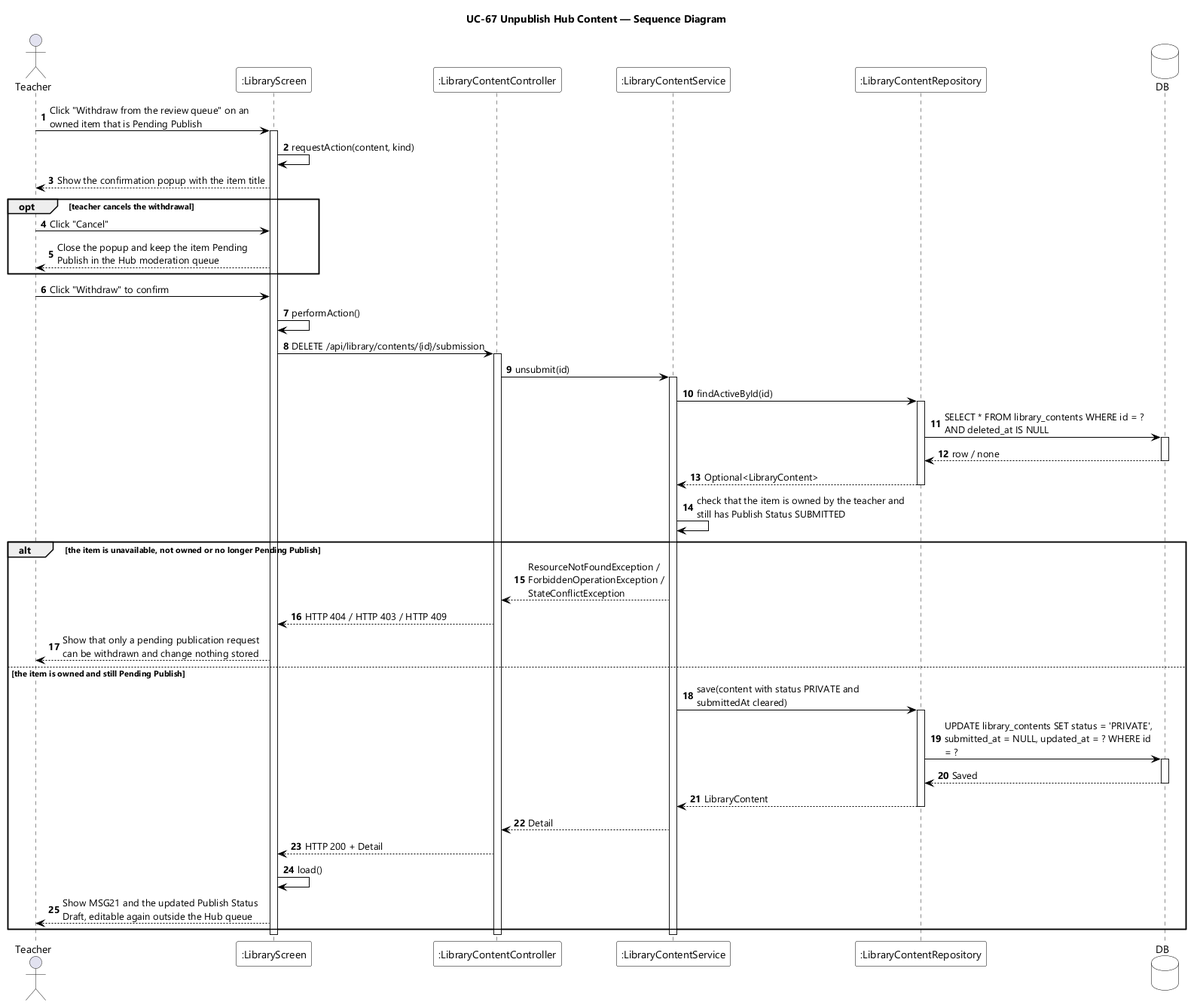
Before: designs/sds-diagrams/uc67/uc67-sequence-diagram.png, a diagram exported from PlantUML (EduA-system/EduA-system).
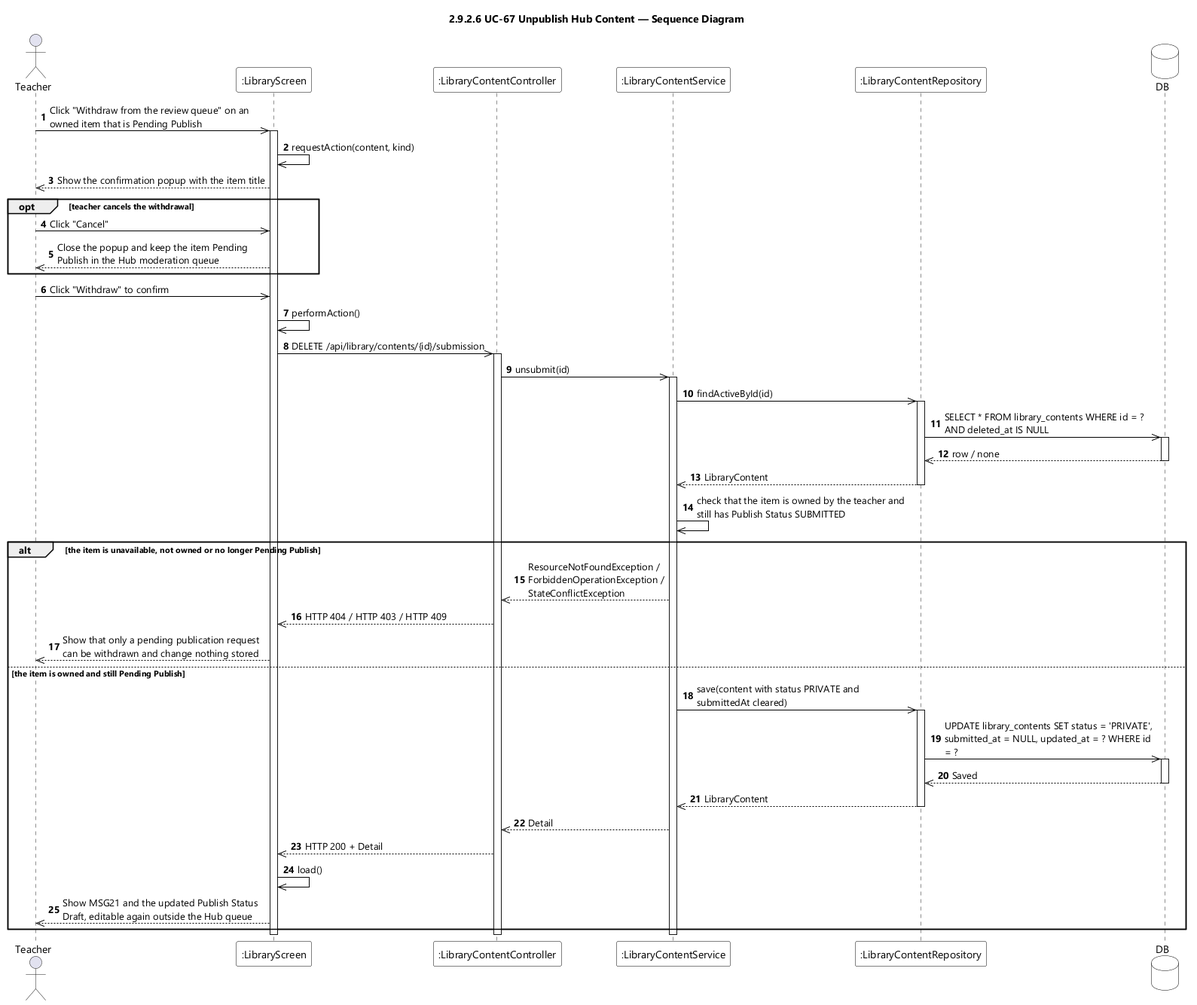
Above is the later version.

The edit, as a diff of the source:
```diff
@@ -9,7 +9,7 @@
 skinparam ArrowColor #000000
 skinparam sequenceMessageAlign left
 skinparam maxMessageSize 280
-title UC-67 Unpublish Hub Content — Sequence Diagram
+title 2.9.2.6 UC-67 Unpublish Hub Content — Sequence Diagram
 
 actor Teacher
 participant ":LibraryScreen" as UI
@@ -19,49 +19,49 @@
 database DB
 
 autonumber
-Teacher -> UI : Click "Withdraw from the review queue" on an owned item that is Pending Publish
+Teacher ->> UI : Click "Withdraw from the review queue" on an owned item that is Pending Publish
 activate UI
-UI -> UI : requestAction(content, kind)
-UI --> Teacher : Show the confirmation popup with the item title
+UI ->> UI : requestAction(content, kind)
+UI -->> Teacher : Show the confirmation popup with the item title
 
 opt teacher cancels the withdrawal
-  Teacher -> UI : Click "Cancel"
-  UI --> Teacher : Close the popup and keep the item Pending Publish in the Hub moderation queue
+  Teacher ->> UI : Click "Cancel"
+  UI -->> Teacher : Close the popup and keep the item Pending Publish in the Hub moderation queue
 end
 
-Teacher -> UI : Click "Withdraw" to confirm
-UI -> UI : performAction()
-UI -> CTL : DELETE /api/library/contents/{id}/submission
+Teacher ->> UI : Click "Withdraw" to confirm
+UI ->> UI : performAction()
+UI ->> CTL : DELETE /api/library/contents/{id}/submission
 activate CTL
-CTL -> SVC : unsubmit(id)
+CTL ->> SVC : unsubmit(id)
 activate SVC
-SVC -> CONTENTS : findActiveById(id)
+SVC ->> CONTENTS : findActiveById(id)
 activate CONTENTS
-CONTENTS -> DB : SELECT * FROM library_contents WHERE id = ? AND deleted_at IS NULL
+CONTENTS ->> DB : SELECT * FROM library_contents WHERE id = ? AND deleted_at IS NULL
 activate DB
-DB --> CONTENTS : row / none
+DB -->> CONTENTS : row / none
 deactivate DB
-CONTENTS --> SVC : Optional<LibraryContent>
+CONTENTS -->> SVC : LibraryContent
 deactivate CONTENTS
-SVC -> SVC : check that the item is owned by the teacher and still has Publish Status SUBMITTED
+SVC ->> SVC : check that the item is owned by the teacher and still has Publish Status SUBMITTED
 
 alt the item is unavailable, not owned or no longer Pending Publish
-  SVC --> CTL : ResourceNotFoundException / ForbiddenOperationException / StateConflictException
-  CTL --> UI : HTTP 404 / HTTP 403 / HTTP 409
-  UI --> Teacher : Show that only a pending publication request can be withdrawn and change nothing stored
+  SVC -->> CTL : ResourceNotFoundException / ForbiddenOperationException / StateConflictException
+  CTL -->> UI : HTTP 404 / HTTP 403 / HTTP 409
+  UI -->> Teacher : Show that only a pending publication request can be withdrawn and change nothing stored
 else the item is owned and still Pending Publish
-  SVC -> CONTENTS : save(content with status PRIVATE and submittedAt cleared)
+  SVC ->> CONTENTS : save(content with status PRIVATE and submittedAt cleared)
   activate CONTENTS
-  CONTENTS -> DB : UPDATE library_contents SET status = 'PRIVATE', submitted_at = NULL, updated_at = ? WHERE id = ?
+  CONTENTS ->> DB : UPDATE library_contents SET status = 'PRIVATE', submitted_at = NULL, updated_at = ? WHERE id = ?
   activate DB
-  DB --> CONTENTS : Saved
+  DB -->> CONTENTS : Saved
   deactivate DB
-  CONTENTS --> SVC : LibraryContent
+  CONTENTS -->> SVC : LibraryContent
   deactivate CONTENTS
-  SVC --> CTL : Detail
-  CTL --> UI : HTTP 200 + Detail
-  UI -> UI : load()
-  UI --> Teacher : Show MSG21 and the updated Publish Status Draft, editable again outside the Hub queue
+  SVC -->> CTL : Detail
+  CTL -->> UI : HTTP 200 + Detail
+  UI ->> UI : load()
+  UI -->> Teacher : Show MSG21 and the updated Publish Status Draft, editable again outside the Hub queue
 end
 deactivate SVC
 deactivate CTL
```
